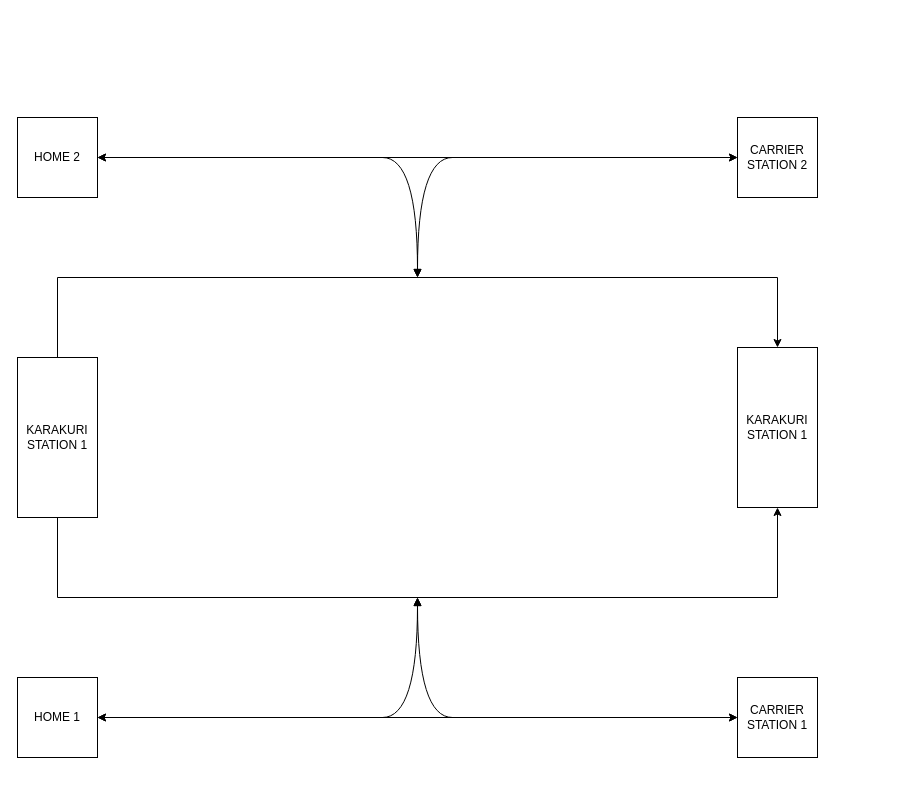
Before: page "Page-1" (1 of 4) of Program/Breakdown/AGV Track Design.drawio in AlfonsusGiovanni/Automated-Guided-Vehicle, a draw.io diagram. Source tidied: cells renumbered, new cells numbered last; positions are measured from the earlier drawing's top-left corner, leaving out a move shared by most shapes. Both pictures are drawn from the tidied source at 100%, with x=0, y=0 at pixel (17, 117).
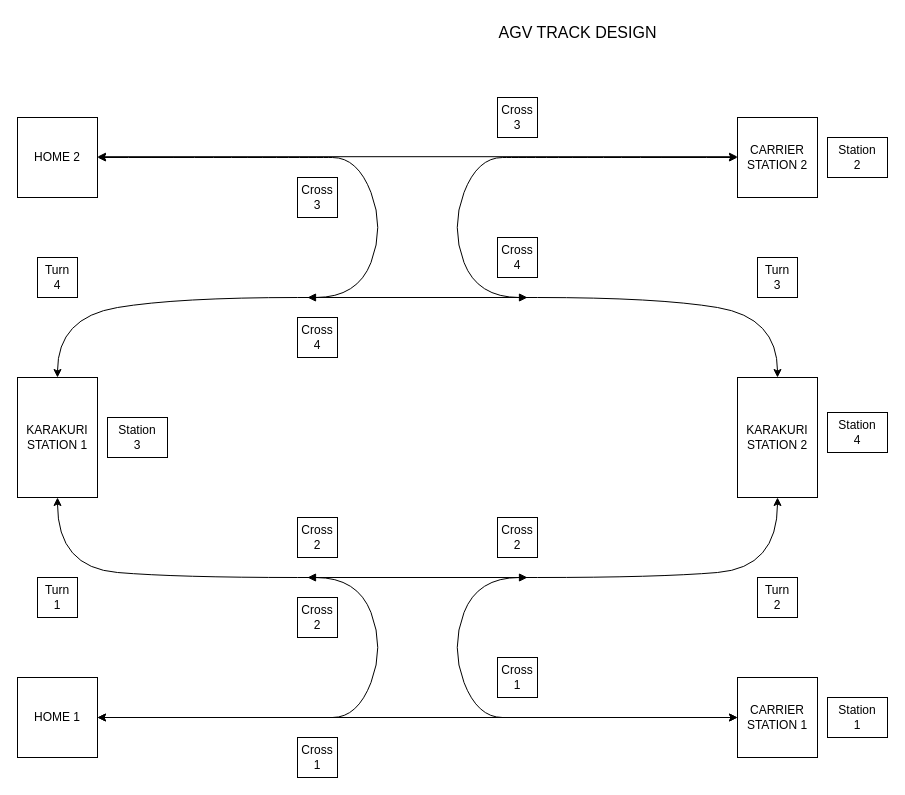
The same diagram, later.

Change to the diagram source:
```diff
@@
+    <mxCell id="16" value="AGV TRACK DESIGN" style="text;html=1;align=center;verticalAlign=middle;strokeColor=none;fillColor=none;fontSize=16;" parent="1" vertex="1">
+      <mxGeometry x="470" y="-100" width="180" height="30" as="geometry" />
+    </mxCell>
@@
-    <mxCell id="5" style="edgeStyle=orthogonalEdgeStyle;rounded=0;jettySize=auto;html=1;exitX=0.5;exitY=0;exitDx=0;exitDy=0;entryX=0.5;entryY=0;entryDx=0;entryDy=0;" parent="1" edge="1" source="7" target="9">
-      <mxGeometry relative="1" as="geometry">
-        <Array as="points">
-          <mxPoint x="40" y="160" />
-          <mxPoint x="760" y="160" />
-        </Array>
-      </mxGeometry>
-    </mxCell>
-    <mxCell id="6" style="edgeStyle=orthogonalEdgeStyle;rounded=0;jettySize=auto;html=1;exitX=0.5;exitY=1;exitDx=0;exitDy=0;entryX=0.5;entryY=1;entryDx=0;entryDy=0;" parent="1" edge="1" source="7" target="9">
-      <mxGeometry relative="1" as="geometry">
-        <Array as="points">
-          <mxPoint x="40" y="480" />
-          <mxPoint x="760" y="480" />
-        </Array>
-      </mxGeometry>
-    </mxCell>
     <mxCell id="7" value="KARAKURI STATION 1" style="rounded=0;whiteSpace=wrap;html=1;fillColor=none;" parent="1" vertex="1">
-      <mxGeometry y="240" width="80" height="160" as="geometry" />
+      <mxGeometry y="260" width="80" height="120" as="geometry" />
     </mxCell>
@@
-    <mxCell id="9" value="KARAKURI STATION 1" style="rounded=0;whiteSpace=wrap;html=1;fillColor=none;" parent="1" vertex="1">
-      <mxGeometry x="720" y="230" width="80" height="160" as="geometry" />
+    <mxCell id="9" value="KARAKURI STATION 2" style="rounded=0;whiteSpace=wrap;html=1;fillColor=none;" parent="1" vertex="1">
+      <mxGeometry x="720" y="260" width="80" height="120" as="geometry" />
     </mxCell>
@@
-    <mxCell id="11" style="curved=1;endArrow=classic;html=1;rounded=0;entryX=1;entryY=0.5;entryDx=0;entryDy=0;startArrow=block;startFill=1;" parent="1" edge="1">
-      <mxGeometry relative="1" as="geometry">
-        <mxPoint x="400" y="480" as="sourcePoint" />
-        <mxPoint x="720" y="600" as="targetPoint" />
-        <Array as="points">
-          <mxPoint x="400" y="600" />
-          <mxPoint x="470" y="600" />
-        </Array>
-      </mxGeometry>
-    </mxCell>
-    <mxCell id="12" style="curved=1;endArrow=classic;html=1;rounded=0;entryX=1;entryY=0.5;entryDx=0;entryDy=0;startArrow=block;startFill=1;" parent="1" edge="1">
+    <mxCell id="12" style="curved=1;endArrow=classic;html=1;rounded=0;startArrow=block;startFill=1;" parent="1" edge="1">
       <mxGeometry relative="1" as="geometry">
-        <mxPoint x="400" y="480" as="sourcePoint" />
+        <mxPoint x="290" y="460" as="sourcePoint" />
         <mxPoint x="80" y="600" as="targetPoint" />
         <Array as="points">
-          <mxPoint x="400" y="600" />
-          <mxPoint x="330" y="600" />
+          <mxPoint x="340" y="460" />
+          <mxPoint x="367" y="530" />
+          <mxPoint x="340" y="600" />
+          <mxPoint x="290" y="600" />
         </Array>
       </mxGeometry>
     </mxCell>
-    <mxCell id="13" style="edgeStyle=orthogonalEdgeStyle;rounded=0;orthogonalLoop=1;jettySize=auto;html=1;exitX=1;exitY=0.5;exitDx=0;exitDy=0;entryX=0;entryY=0.5;entryDx=0;entryDy=0;startArrow=classic;startFill=1;" parent="1" edge="1">
-      <mxGeometry relative="1" as="geometry">
-        <mxPoint x="80" y="40" as="sourcePoint" />
-        <mxPoint x="720" y="40" as="targetPoint" />
-      </mxGeometry>
-    </mxCell>
-    <mxCell id="14" style="curved=1;endArrow=classic;html=1;rounded=0;entryX=1;entryY=0.5;entryDx=0;entryDy=0;startArrow=block;startFill=1;" parent="1" edge="1">
-      <mxGeometry relative="1" as="geometry">
-        <mxPoint x="400" y="160" as="sourcePoint" />
-        <mxPoint x="720" y="40" as="targetPoint" />
-        <Array as="points">
-          <mxPoint x="400" y="40" />
-          <mxPoint x="470" y="40" />
-        </Array>
-      </mxGeometry>
-    </mxCell>
-    <mxCell id="15" style="curved=1;endArrow=classic;html=1;rounded=0;entryX=1;entryY=0.5;entryDx=0;entryDy=0;startArrow=block;startFill=1;" parent="1" edge="1">
-      <mxGeometry relative="1" as="geometry">
-        <mxPoint x="400" y="160" as="sourcePoint" />
-        <mxPoint x="80" y="40" as="targetPoint" />
-        <Array as="points">
-          <mxPoint x="400" y="40" />
-          <mxPoint x="330" y="40" />
-        </Array>
-      </mxGeometry>
-    </mxCell>
+    <mxCell id="17" style="curved=1;endArrow=classic;html=1;rounded=0;entryX=0.5;entryY=1;entryDx=0;entryDy=0;exitX=0.5;exitY=1;exitDx=0;exitDy=0;startArrow=classic;startFill=1;" parent="1" edge="1" source="9" target="7">
+      <mxGeometry relative="1" as="geometry">
+        <Array as="points">
+          <mxPoint x="760" y="450" />
+          <mxPoint x="640" y="460" />
+          <mxPoint x="400" y="460" />
+          <mxPoint x="160" y="460" />
+          <mxPoint x="40" y="450" />
+        </Array>
+      </mxGeometry>
+    </mxCell>
+    <mxCell id="18" style="curved=1;endArrow=classic;html=1;rounded=0;entryX=0.5;entryY=1;entryDx=0;entryDy=0;exitX=0.5;exitY=1;exitDx=0;exitDy=0;startArrow=classic;startFill=1;" parent="1" edge="1">
+      <mxGeometry relative="1" as="geometry">
+        <mxPoint x="760" y="260" as="sourcePoint" />
+        <mxPoint x="40" y="260" as="targetPoint" />
+        <Array as="points">
+          <mxPoint x="760" y="200" />
+          <mxPoint x="640" y="180" />
+          <mxPoint x="400" y="180" />
+          <mxPoint x="160" y="180" />
+          <mxPoint x="40" y="200" />
+        </Array>
+      </mxGeometry>
+    </mxCell>
+    <mxCell id="19" style="edgeStyle=orthogonalEdgeStyle;rounded=0;orthogonalLoop=1;jettySize=auto;html=1;exitX=1;exitY=0.5;exitDx=0;exitDy=0;entryX=0;entryY=0.5;entryDx=0;entryDy=0;startArrow=classic;startFill=1;" parent="1" edge="1">
+      <mxGeometry relative="1" as="geometry">
+        <mxPoint x="80" y="39.2" as="sourcePoint" />
+        <mxPoint x="720" y="39.2" as="targetPoint" />
+      </mxGeometry>
+    </mxCell>
+    <mxCell id="20" value="Cross&lt;div&gt;1&lt;/div&gt;" style="rounded=0;whiteSpace=wrap;html=1;fillColor=none;" parent="1" vertex="1">
+      <mxGeometry x="280" y="620" width="40" height="40" as="geometry" />
+    </mxCell>
+    <mxCell id="21" value="Cross&lt;div&gt;2&lt;/div&gt;" style="rounded=0;whiteSpace=wrap;html=1;fillColor=none;" parent="1" vertex="1">
+      <mxGeometry x="480" y="400" width="40" height="40" as="geometry" />
+    </mxCell>
+    <mxCell id="22" value="Cross&lt;div&gt;3&lt;/div&gt;" style="rounded=0;whiteSpace=wrap;html=1;fillColor=none;" parent="1" vertex="1">
+      <mxGeometry x="280" y="60" width="40" height="40" as="geometry" />
+    </mxCell>
+    <mxCell id="23" value="Cross&lt;div&gt;4&lt;/div&gt;" style="rounded=0;whiteSpace=wrap;html=1;fillColor=none;" parent="1" vertex="1">
+      <mxGeometry x="280" y="200" width="40" height="40" as="geometry" />
+    </mxCell>
+    <mxCell id="24" value="Turn&lt;div&gt;1&lt;/div&gt;" style="rounded=0;whiteSpace=wrap;html=1;fillColor=none;" parent="1" vertex="1">
+      <mxGeometry x="20" y="460" width="40" height="40" as="geometry" />
+    </mxCell>
+    <mxCell id="25" value="Turn&lt;div&gt;2&lt;/div&gt;" style="rounded=0;whiteSpace=wrap;html=1;fillColor=none;" parent="1" vertex="1">
+      <mxGeometry x="740" y="460" width="40" height="40" as="geometry" />
+    </mxCell>
+    <mxCell id="26" value="Turn&lt;div&gt;3&lt;/div&gt;" style="rounded=0;whiteSpace=wrap;html=1;fillColor=none;" parent="1" vertex="1">
+      <mxGeometry x="740" y="140" width="40" height="40" as="geometry" />
+    </mxCell>
+    <mxCell id="27" value="Turn&lt;div&gt;4&lt;/div&gt;" style="rounded=0;whiteSpace=wrap;html=1;fillColor=none;" parent="1" vertex="1">
+      <mxGeometry x="20" y="140" width="40" height="40" as="geometry" />
+    </mxCell>
+    <mxCell id="28" value="Station&lt;div&gt;1&lt;/div&gt;" style="rounded=0;whiteSpace=wrap;html=1;fillColor=none;" parent="1" vertex="1">
+      <mxGeometry x="810" y="580" width="60" height="40" as="geometry" />
+    </mxCell>
+    <mxCell id="29" value="Station&lt;div&gt;2&lt;/div&gt;" style="rounded=0;whiteSpace=wrap;html=1;fillColor=none;" parent="1" vertex="1">
+      <mxGeometry x="810" y="20" width="60" height="40" as="geometry" />
+    </mxCell>
+    <mxCell id="30" value="Station&lt;div&gt;4&lt;/div&gt;" style="rounded=0;whiteSpace=wrap;html=1;fillColor=none;" parent="1" vertex="1">
+      <mxGeometry x="810" y="295" width="60" height="40" as="geometry" />
+    </mxCell>
+    <mxCell id="31" value="Station&lt;div&gt;3&lt;/div&gt;" style="rounded=0;whiteSpace=wrap;html=1;fillColor=none;" parent="1" vertex="1">
+      <mxGeometry x="90" y="300" width="60" height="40" as="geometry" />
+    </mxCell>
+    <mxCell id="32" style="curved=1;endArrow=classic;html=1;rounded=0;startArrow=block;startFill=1;" parent="1" edge="1">
+      <mxGeometry relative="1" as="geometry">
+        <mxPoint x="510" y="460" as="sourcePoint" />
+        <mxPoint x="720" y="600" as="targetPoint" />
+        <Array as="points">
+          <mxPoint x="460" y="460" />
+          <mxPoint x="433" y="530" />
+          <mxPoint x="460" y="600" />
+          <mxPoint x="510" y="600" />
+        </Array>
+      </mxGeometry>
+    </mxCell>
+    <mxCell id="33" style="curved=1;endArrow=classic;html=1;rounded=0;startArrow=block;startFill=1;" parent="1" edge="1">
+      <mxGeometry relative="1" as="geometry">
+        <mxPoint x="290" y="180" as="sourcePoint" />
+        <mxPoint x="80" y="40" as="targetPoint" />
+        <Array as="points">
+          <mxPoint x="340" y="180" />
+          <mxPoint x="367" y="110" />
+          <mxPoint x="340" y="40" />
+          <mxPoint x="290" y="40" />
+        </Array>
+      </mxGeometry>
+    </mxCell>
+    <mxCell id="34" style="curved=1;endArrow=classic;html=1;rounded=0;startArrow=block;startFill=1;" parent="1" edge="1">
+      <mxGeometry relative="1" as="geometry">
+        <mxPoint x="510" y="180" as="sourcePoint" />
+        <mxPoint x="720" y="40" as="targetPoint" />
+        <Array as="points">
+          <mxPoint x="460" y="180" />
+          <mxPoint x="433" y="110" />
+          <mxPoint x="460" y="40" />
+          <mxPoint x="510" y="40" />
+        </Array>
+      </mxGeometry>
+    </mxCell>
+    <mxCell id="35" value="Cross&lt;div&gt;1&lt;/div&gt;" style="rounded=0;whiteSpace=wrap;html=1;fillColor=none;" parent="1" vertex="1">
+      <mxGeometry x="480" y="540" width="40" height="40" as="geometry" />
+    </mxCell>
+    <mxCell id="36" value="Cross&lt;div&gt;2&lt;/div&gt;" style="rounded=0;whiteSpace=wrap;html=1;fillColor=none;" parent="1" vertex="1">
+      <mxGeometry x="280" y="480" width="40" height="40" as="geometry" />
+    </mxCell>
+    <mxCell id="37" value="Cross&lt;div&gt;4&lt;/div&gt;" style="rounded=0;whiteSpace=wrap;html=1;fillColor=none;" parent="1" vertex="1">
+      <mxGeometry x="480" y="120" width="40" height="40" as="geometry" />
+    </mxCell>
+    <mxCell id="38" value="Cross&lt;div&gt;3&lt;/div&gt;" style="rounded=0;whiteSpace=wrap;html=1;fillColor=none;" parent="1" vertex="1">
+      <mxGeometry x="480" y="-20" width="40" height="40" as="geometry" />
+    </mxCell>
+    <mxCell id="39" value="Cross&lt;div&gt;2&lt;/div&gt;" style="rounded=0;whiteSpace=wrap;html=1;fillColor=none;" parent="1" vertex="1">
+      <mxGeometry x="280" y="400" width="40" height="40" as="geometry" />
+    </mxCell>
```
